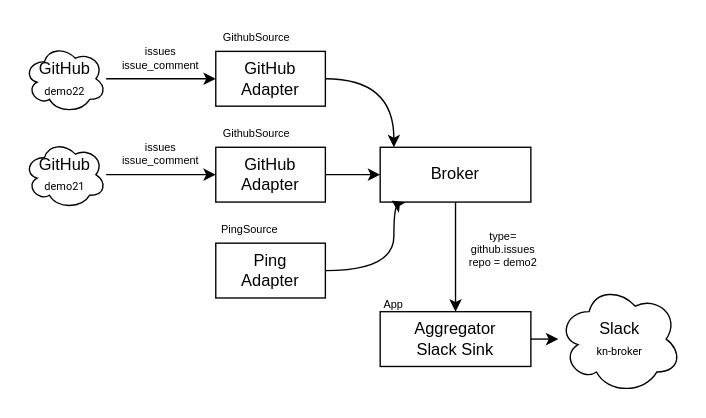
Before: doc/pattern5.drawio in knativecon/demo22, a draw.io diagram. Source tidied: cells renumbered, new cells numbered last; positions are measured from the earlier drawing's top-left corner, leaving out a move shared by most shapes. Both pictures are drawn from the tidied source at 137%, with x=0, y=0 at pixel (23, 23).
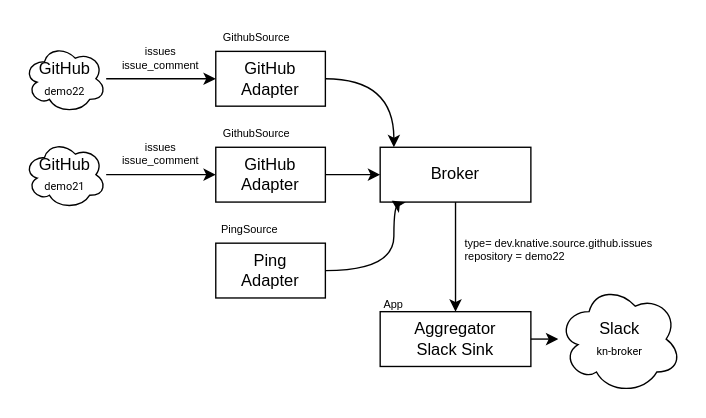
After the change.

The edit, as a diff of the source:
```diff
@@
-    <mxCell id="21" value="type= github.issues&lt;br&gt;repo = demo2&lt;br&gt;" style="text;html=1;strokeColor=none;fillColor=none;align=center;verticalAlign=middle;whiteSpace=wrap;rounded=0;fontSize=8;" parent="1" vertex="1">
-      <mxGeometry x="320" y="150" width="60" height="30" as="geometry" />
+    <mxCell id="21" value="type= dev.knative.source.github.issues&lt;br&gt;repository = demo22" style="text;html=1;strokeColor=none;fillColor=none;align=left;verticalAlign=middle;whiteSpace=wrap;rounded=0;fontSize=8;" parent="1" vertex="1">
+      <mxGeometry x="320" y="150" width="150" height="30" as="geometry" />
     </mxCell>
```
